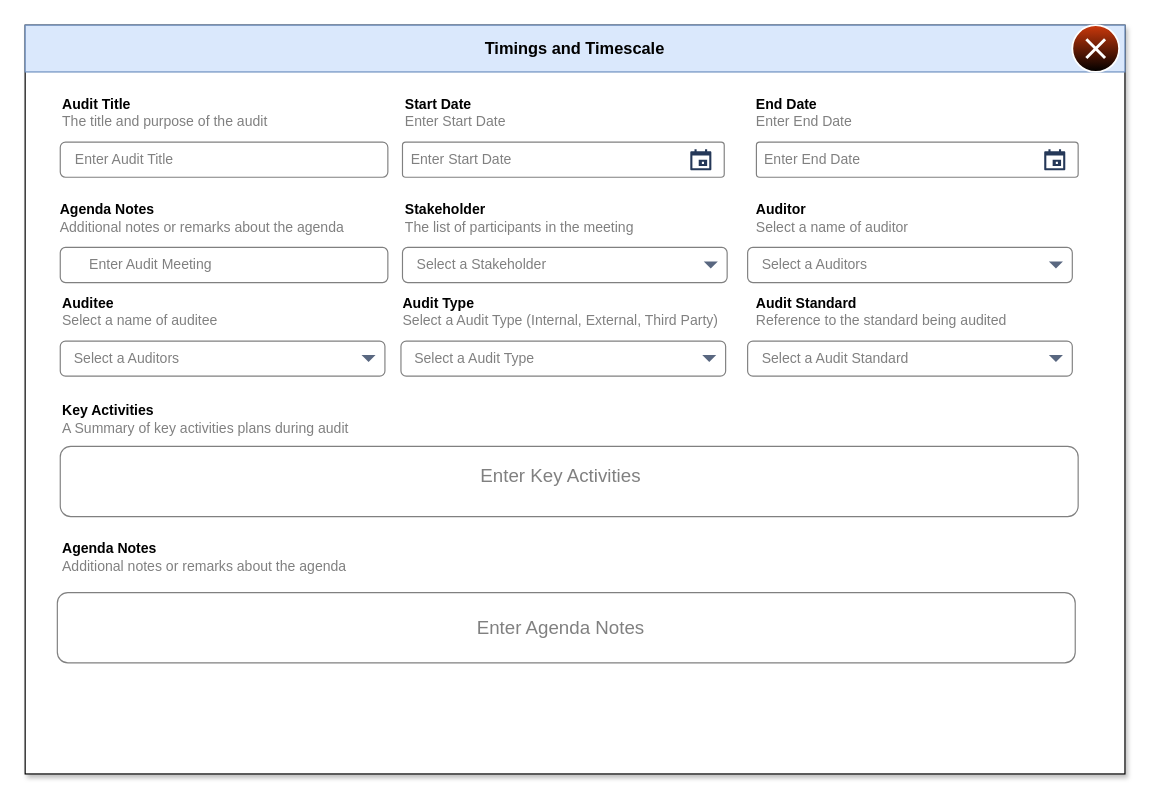
AvikM1996/draw.io keeps this draw.io diagram as page "Timings and Timescale" (5 of 11) of Audit Screeen.drawio. Above is the earlier version. Source tidied: cells renumbered, new cells numbered last; positions are measured from the earlier drawing's top-left corner, leaving out a move shared by most shapes. Both pictures are drawn from the tidied source at 117%, with x=0, y=0 at pixel (25, 25).
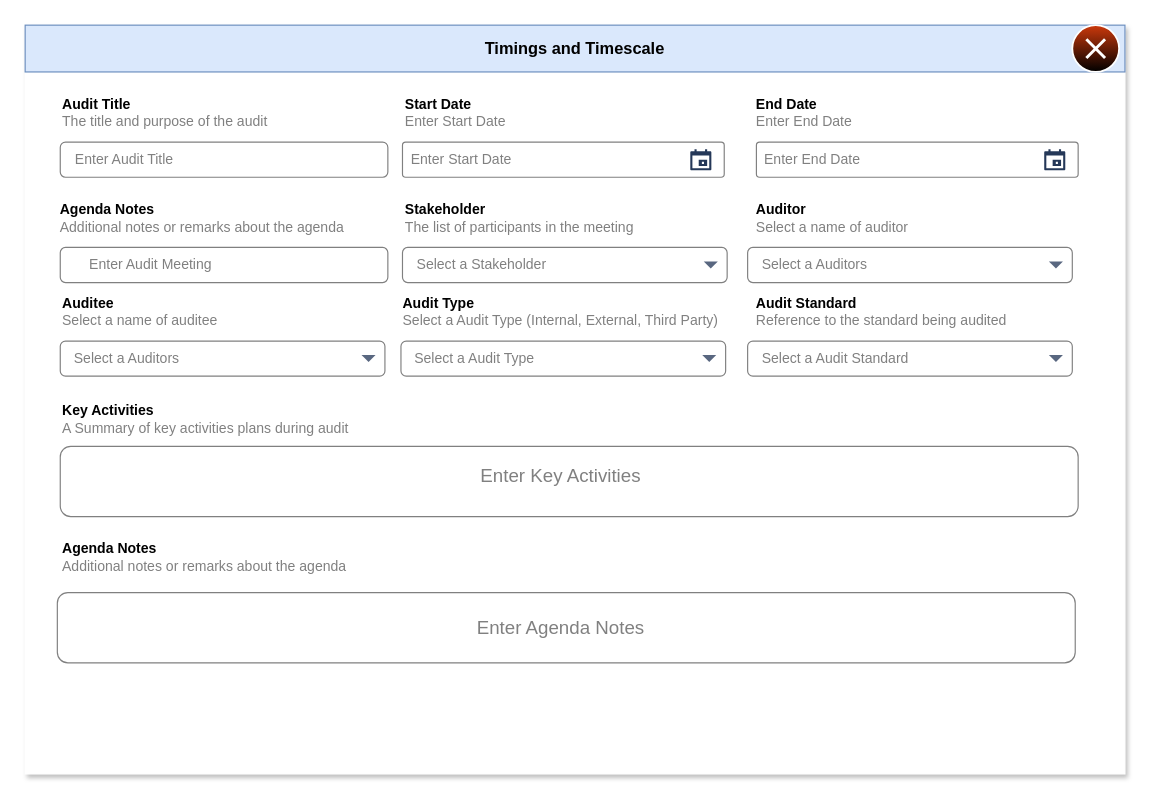
Above is the later version.

What changed in the source:
```diff
@@
-    <mxCell id="2" style="rounded=0;whiteSpace=wrap;html=1;shadow=1;" parent="1" vertex="1">
+    <mxCell id="2" style="rounded=0;whiteSpace=wrap;html=1;shadow=1;strokeColor=#FFFFFF;" parent="1" vertex="1">
       <mxGeometry width="940" height="640" as="geometry" />
     </mxCell>
```
